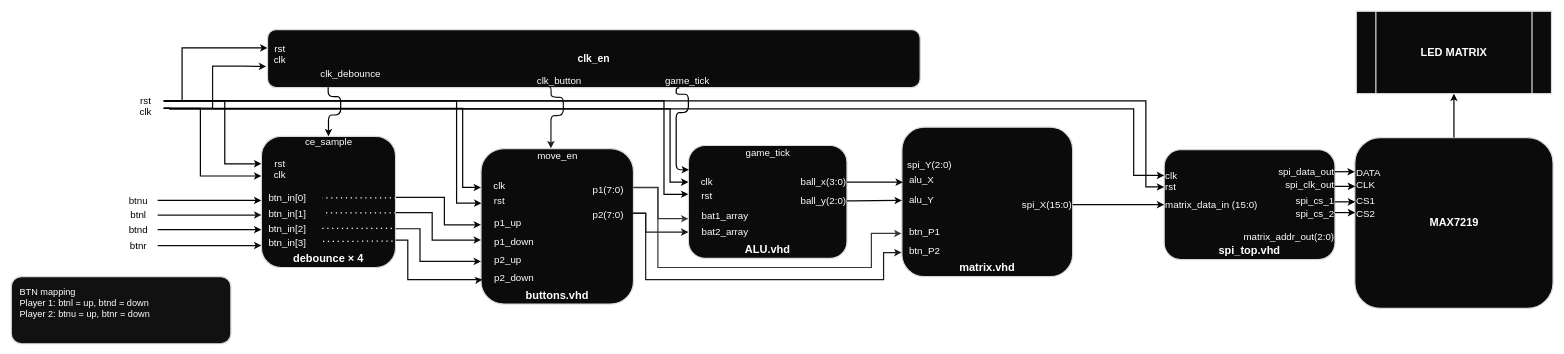
laurel124/DE1_Project keeps this draw.io diagram as ping_pong_diagram.drawio. Above is the earlier version. Source tidied: cells renumbered, new cells numbered last; positions are measured from the earlier drawing's top-left corner, leaving out a move shared by most shapes. Both pictures are drawn from the tidied source at 61%, with x=0, y=0 at pixel (11, 11).
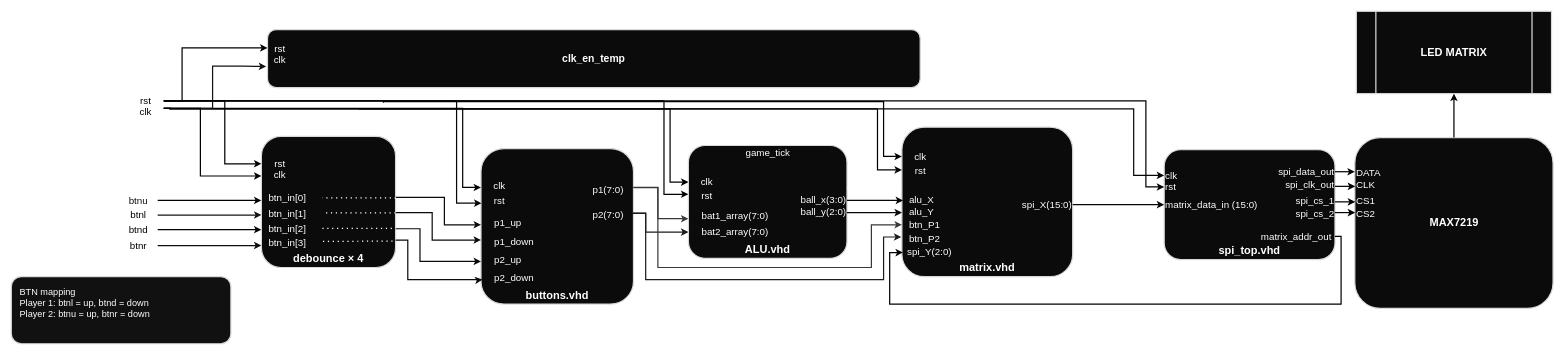
The same diagram, later.

The change refers to these unchanged cells:
```xml
<mxCell id="3" value="debounce × 4" style="rounded=1;whiteSpace=wrap;html=1;fillColor=#0b0b0b;strokeColor=#d9d9d9;strokeWidth=2;fontSize=18;fontStyle=1;align=center;verticalAlign=bottom;fontColor=#ffffff;" parent="1" vertex="1">
  <mxGeometry x="410" y="205" width="220" height="215" as="geometry" />
</mxCell>
<mxCell id="5" value="ALU.vhd" style="rounded=1;whiteSpace=wrap;html=1;fillColor=#0b0b0b;strokeColor=#d9d9d9;strokeWidth=2;fontSize=18;fontStyle=1;align=center;verticalAlign=bottom;fontColor=#ffffff;" parent="1" vertex="1">
  <mxGeometry x="1110" y="220" width="260" height="185" as="geometry" />
</mxCell>
<mxCell id="6" value="matrix.vhd" style="rounded=1;whiteSpace=wrap;html=1;fillColor=#0b0b0b;strokeColor=#d9d9d9;strokeWidth=2;fontSize=18;fontStyle=1;align=center;verticalAlign=bottom;fontColor=#ffffff;" parent="1" vertex="1">
  <mxGeometry x="1460" y="190" width="280" height="245" as="geometry" />
</mxCell>
```

The edit, as a diff of the source:
```diff
@@
-    <mxCell id="2" value="clk_en" style="rounded=1;whiteSpace=wrap;html=1;fillColor=#0b0b0b;strokeColor=#d9d9d9;strokeWidth=2;fontSize=17;fontStyle=1;align=center;verticalAlign=middle;fontColor=#ffffff;" parent="1" vertex="1">
+    <mxCell id="2" value="clk_en_temp" style="rounded=1;whiteSpace=wrap;html=1;fillColor=#0b0b0b;strokeColor=#d9d9d9;strokeWidth=2;fontSize=17;fontStyle=1;align=center;verticalAlign=middle;fontColor=#ffffff;" parent="1" vertex="1">
       <mxGeometry x="420" y="30" width="1070" height="95" as="geometry" />
     </mxCell>
@@
-    <mxCell id="21" value="ce_sample" style="text;html=1;strokeColor=none;fillColor=none;align=center;verticalAlign=middle;fontSize=16;fontColor=#ffffff;" parent="1" vertex="1">
-      <mxGeometry x="460" y="203" width="120" height="22" as="geometry" />
-    </mxCell>
-    <mxCell id="22" value="move_en" style="text;html=1;strokeColor=none;fillColor=none;align=center;verticalAlign=middle;fontSize=16;fontColor=#ffffff;" parent="1" vertex="1">
-      <mxGeometry x="840" y="225" width="110" height="22" as="geometry" />
-    </mxCell>
@@
-    <mxCell id="30" value="bat1_array" style="text;html=1;strokeColor=none;fillColor=none;align=left;verticalAlign=middle;fontSize=16;fontColor=#ffffff;" parent="1" vertex="1">
+    <mxCell id="30" value="bat1_array(7:0)" style="text;html=1;strokeColor=none;fillColor=none;align=left;verticalAlign=middle;fontSize=16;fontColor=#ffffff;" parent="1" vertex="1">
       <mxGeometry x="1130" y="324" width="105" height="22" as="geometry" />
     </mxCell>
-    <mxCell id="31" value="bat2_array" style="text;html=1;strokeColor=none;fillColor=none;align=left;verticalAlign=middle;fontSize=16;fontColor=#ffffff;" parent="1" vertex="1">
+    <mxCell id="31" value="bat2_array(7:0)" style="text;html=1;strokeColor=none;fillColor=none;align=left;verticalAlign=middle;fontSize=16;fontColor=#ffffff;" parent="1" vertex="1">
       <mxGeometry x="1130" y="350" width="105" height="22" as="geometry" />
     </mxCell>
     <mxCell id="32" value="ball_x(3:0)" style="text;html=1;strokeColor=none;fillColor=none;align=right;verticalAlign=middle;fontSize=16;fontColor=#ffffff;" parent="1" vertex="1">
-      <mxGeometry x="1280" y="268" width="90" height="22" as="geometry" />
+      <mxGeometry x="1280" y="298" width="90" height="22" as="geometry" />
     </mxCell>
     <mxCell id="33" value="ball_y(2:0)" style="text;html=1;strokeColor=none;fillColor=none;align=right;verticalAlign=middle;fontSize=16;fontColor=#ffffff;" parent="1" vertex="1">
-      <mxGeometry x="1280" y="299" width="90" height="22" as="geometry" />
+      <mxGeometry x="1280" y="317" width="90" height="22" as="geometry" />
     </mxCell>
     <mxCell id="34" value="btn_P1" style="text;html=1;strokeColor=none;fillColor=none;align=left;verticalAlign=middle;fontSize=16;fontColor=#ffffff;" parent="1" vertex="1">
-      <mxGeometry x="1470" y="350" width="85" height="22" as="geometry" />
+      <mxGeometry x="1470" y="339" width="85" height="22" as="geometry" />
     </mxCell>
     <mxCell id="35" value="btn_P2" style="text;html=1;strokeColor=none;fillColor=none;align=left;verticalAlign=middle;fontSize=16;fontColor=#ffffff;" parent="1" vertex="1">
-      <mxGeometry x="1470" y="382" width="85" height="22" as="geometry" />
+      <mxGeometry x="1470" y="361" width="85" height="22" as="geometry" />
     </mxCell>
     <mxCell id="36" value="alu_X" style="text;html=1;strokeColor=none;fillColor=none;align=left;verticalAlign=middle;fontSize=16;fontColor=#ffffff;" parent="1" vertex="1">
-      <mxGeometry x="1470" y="265" width="85" height="22" as="geometry" />
+      <mxGeometry x="1470" y="297" width="85" height="22" as="geometry" />
     </mxCell>
     <mxCell id="37" value="alu_Y" style="text;html=1;strokeColor=none;fillColor=none;align=left;verticalAlign=middle;fontSize=16;fontColor=#ffffff;" parent="1" vertex="1">
-      <mxGeometry x="1470" y="297" width="85" height="22" as="geometry" />
+      <mxGeometry x="1470" y="317" width="85" height="22" as="geometry" />
     </mxCell>
     <mxCell id="38" value="spi_Y(2:0)" style="text;html=1;strokeColor=none;fillColor=none;align=center;verticalAlign=middle;fontSize=16;fontColor=#ffffff;" parent="1" vertex="1">
-      <mxGeometry x="1450" y="240" width="110" height="22" as="geometry" />
+      <mxGeometry x="1450" y="383" width="110" height="22" as="geometry" />
     </mxCell>
@@
-    <mxCell id="56" style="edgeStyle=orthogonalEdgeStyle;rounded=1;jettySize=auto;html=1;strokeColor=#000000;strokeWidth=2;endArrow=classic;endFill=1;exitX=0.093;exitY=0.993;exitDx=0;exitDy=0;exitPerimeter=0;curved=0;" parent="1" edge="1" source="2" target="3">
-      <mxGeometry relative="1" as="geometry">
-        <Array as="points">
-          <mxPoint x="520" y="140" />
-          <mxPoint x="540" y="140" />
-          <mxPoint x="540" y="170" />
-          <mxPoint x="520" y="170" />
-        </Array>
-      </mxGeometry>
-    </mxCell>
@@
-    <mxCell id="64" value="clk_debounce" style="text;html=1;strokeColor=none;fillColor=none;align=left;verticalAlign=middle;fontSize=16;fontColor=#ffffff;" parent="1" vertex="1">
-      <mxGeometry x="505" y="92" width="90" height="22" as="geometry" />
-    </mxCell>
-    <mxCell id="65" value="clk_button" style="text;html=1;strokeColor=none;fillColor=none;align=left;verticalAlign=middle;fontSize=16;fontColor=#ffffff;" parent="1" vertex="1">
-      <mxGeometry x="860" y="103" width="90" height="22" as="geometry" />
-    </mxCell>
-    <mxCell id="66" value="game_tick" style="text;html=1;strokeColor=none;fillColor=none;align=left;verticalAlign=middle;fontSize=16;fontColor=#ffffff;" parent="1" vertex="1">
-      <mxGeometry x="1070" y="103" width="90" height="22" as="geometry" />
-    </mxCell>
-    <mxCell id="67" style="edgeStyle=orthogonalEdgeStyle;rounded=1;jettySize=auto;html=1;strokeColor=#1B1B1B;strokeWidth=2;endArrow=classic;endFill=1;exitX=0.25;exitY=1;exitDx=0;exitDy=0;curved=0;entryX=0.406;entryY=-0.021;entryDx=0;entryDy=0;entryPerimeter=0;" parent="1" edge="1" source="65" target="22">
-      <mxGeometry relative="1" as="geometry">
-        <Array as="points">
-          <mxPoint x="885" y="125" />
-          <mxPoint x="885" y="141" />
-          <mxPoint x="905" y="141" />
-          <mxPoint x="905" y="171" />
-          <mxPoint x="885" y="171" />
-        </Array>
-      </mxGeometry>
-    </mxCell>
-    <mxCell id="68" style="edgeStyle=orthogonalEdgeStyle;rounded=1;jettySize=auto;html=1;strokeColor=#000000;strokeWidth=2;endArrow=classic;endFill=1;curved=0;entryX=0.004;entryY=0.215;entryDx=0;entryDy=0;entryPerimeter=0;exitX=0.279;exitY=1.031;exitDx=0;exitDy=0;exitPerimeter=0;" parent="1" edge="1" source="66" target="5">
-      <mxGeometry relative="1" as="geometry">
-        <Array as="points">
-          <mxPoint x="1090" y="126" />
-          <mxPoint x="1090" y="136" />
-          <mxPoint x="1110" y="136" />
-          <mxPoint x="1110" y="166" />
-          <mxPoint x="1090" y="166" />
-          <mxPoint x="1090" y="260" />
-        </Array>
-      </mxGeometry>
-    </mxCell>
@@
-    <mxCell id="92" style="edgeStyle=orthogonalEdgeStyle;rounded=0;jettySize=auto;html=1;strokeColor=#393939;strokeWidth=2;endArrow=classic;endFill=1;exitX=1;exitY=0.25;exitDx=0;exitDy=0;entryX=-0.002;entryY=0.711;entryDx=0;entryDy=0;entryPerimeter=0;" parent="1" edge="1" target="6">
+    <mxCell id="92" style="edgeStyle=orthogonalEdgeStyle;rounded=0;orthogonalLoop=1;jettySize=auto;html=1;strokeColor=#393939;strokeWidth=2;endArrow=classic;endFill=1;exitX=1;exitY=0.25;exitDx=0;exitDy=0;" parent="1" edge="1">
       <mxGeometry relative="1" as="geometry">
         <mxPoint x="1020" y="289" as="sourcePoint" />
+        <mxPoint x="1460" y="350" as="targetPoint" />
         <Array as="points">
           <mxPoint x="1060" y="289" />
           <mxPoint x="1060" y="420" />
           <mxPoint x="1410" y="420" />
-          <mxPoint x="1410" y="364" />
+          <mxPoint x="1410" y="350" />
+          <mxPoint x="1459" y="350" />
         </Array>
       </mxGeometry>
     </mxCell>
-    <mxCell id="93" style="edgeStyle=orthogonalEdgeStyle;rounded=0;jettySize=auto;html=1;strokeColor=#1B1B1B;strokeWidth=2;endArrow=classic;endFill=1;exitX=0.991;exitY=0.417;exitDx=0;exitDy=0;exitPerimeter=0;entryX=-0.002;entryY=0.839;entryDx=0;entryDy=0;entryPerimeter=0;" parent="1" edge="1" target="6">
+    <mxCell id="93" style="edgeStyle=orthogonalEdgeStyle;rounded=0;orthogonalLoop=1;jettySize=auto;html=1;strokeColor=#1B1B1B;strokeWidth=2;endArrow=classic;endFill=1;exitX=0.991;exitY=0.417;exitDx=0;exitDy=0;exitPerimeter=0;" parent="1" edge="1">
       <mxGeometry relative="1" as="geometry">
         <mxPoint x="1018" y="331" as="sourcePoint" />
+        <mxPoint x="1459" y="370" as="targetPoint" />
         <Array as="points">
           <mxPoint x="1040" y="331" />
           <mxPoint x="1040" y="440" />
           <mxPoint x="1430" y="440" />
-          <mxPoint x="1430" y="396" />
+          <mxPoint x="1430" y="370" />
+          <mxPoint x="1459" y="370" />
         </Array>
       </mxGeometry>
     </mxCell>
-    <mxCell id="94" style="edgeStyle=orthogonalEdgeStyle;rounded=0;jettySize=auto;html=1;strokeColor=#070707;strokeWidth=2;endArrow=classic;endFill=1;entryX=0.006;entryY=0.368;entryDx=0;entryDy=0;entryPerimeter=0;" parent="1" edge="1" target="6">
+    <mxCell id="94" style="edgeStyle=orthogonalEdgeStyle;rounded=0;orthogonalLoop=1;jettySize=auto;html=1;strokeColor=#070707;strokeWidth=2;endArrow=classic;endFill=1;" parent="1" edge="1">
       <mxGeometry relative="1" as="geometry">
-        <mxPoint x="1370" y="280" as="sourcePoint" />
+        <mxPoint x="1370" y="310" as="sourcePoint" />
+        <mxPoint x="1462" y="310" as="targetPoint" />
         <Array as="points">
-          <mxPoint x="1370" y="280" />
+          <mxPoint x="1370" y="310" />
+          <mxPoint x="1462" y="310" />
         </Array>
       </mxGeometry>
     </mxCell>
-    <mxCell id="95" style="edgeStyle=orthogonalEdgeStyle;rounded=0;jettySize=auto;html=1;strokeColor=#070707;strokeWidth=2;endArrow=classic;endFill=1;entryX=0;entryY=0.49;entryDx=0;entryDy=0;entryPerimeter=0;" parent="1" edge="1" target="6">
+    <mxCell id="95" style="edgeStyle=orthogonalEdgeStyle;rounded=0;orthogonalLoop=1;jettySize=auto;html=1;strokeColor=#070707;strokeWidth=2;endArrow=classic;endFill=1;" parent="1" edge="1">
       <mxGeometry relative="1" as="geometry">
-        <mxPoint x="1370" y="310.8" as="sourcePoint" />
+        <mxPoint x="1370" y="330" as="sourcePoint" />
+        <mxPoint x="1460" y="330" as="targetPoint" />
         <Array as="points">
-          <mxPoint x="1380" y="311" />
+          <mxPoint x="1370" y="330" />
+          <mxPoint x="1460" y="330" />
         </Array>
       </mxGeometry>
     </mxCell>
@@
-    <mxCell id="100" value="matrix_addr_out(2:0)" style="text;html=1;strokeColor=none;fillColor=none;align=right;verticalAlign=middle;fontSize=16;fontColor=#ffffff;" parent="1" vertex="1">
+    <mxCell id="100" value="matrix_addr_out&amp;nbsp;" style="text;html=1;strokeColor=none;fillColor=none;align=right;verticalAlign=middle;fontSize=16;fontColor=#ffffff;" parent="1" vertex="1">
       <mxGeometry x="2095" y="358" width="75" height="22" as="geometry" />
     </mxCell>
+    <mxCell id="101" value="clk" style="text;html=1;strokeColor=none;fillColor=none;align=center;verticalAlign=middle;fontSize=16;fontColor=#ffffff;" parent="1" vertex="1">
+      <mxGeometry x="1460" y="228" width="60" height="22" as="geometry" />
+    </mxCell>
+    <mxCell id="102" value="rst" style="text;html=1;strokeColor=none;fillColor=none;align=center;verticalAlign=middle;fontSize=16;fontColor=#ffffff;" parent="1" vertex="1">
+      <mxGeometry x="1460" y="250" width="60" height="24" as="geometry" />
+    </mxCell>
+    <mxCell id="103" style="edgeStyle=orthogonalEdgeStyle;rounded=0;orthogonalLoop=1;jettySize=auto;html=1;strokeColor=#000000;strokeWidth=2;endArrow=classic;endFill=1;" parent="1" edge="1">
+      <mxGeometry relative="1" as="geometry">
+        <mxPoint x="570" y="160" as="sourcePoint" />
+        <mxPoint x="1460" y="260" as="targetPoint" />
+        <Array as="points">
+          <mxPoint x="600" y="160" />
+          <mxPoint x="1420" y="160" />
+          <mxPoint x="1420" y="260" />
+        </Array>
+      </mxGeometry>
+    </mxCell>
+    <mxCell id="104" style="edgeStyle=orthogonalEdgeStyle;rounded=0;orthogonalLoop=1;jettySize=auto;html=1;strokeColor=#000000;strokeWidth=2;endArrow=classic;endFill=1;" parent="1" edge="1">
+      <mxGeometry relative="1" as="geometry">
+        <mxPoint x="610" y="150" as="sourcePoint" />
+        <mxPoint x="1460" y="238" as="targetPoint" />
+        <Array as="points">
+          <mxPoint x="610" y="150" />
+          <mxPoint x="610" y="148" />
+          <mxPoint x="1430" y="148" />
+          <mxPoint x="1430" y="238" />
+        </Array>
+      </mxGeometry>
+    </mxCell>
+    <mxCell id="105" style="edgeStyle=orthogonalEdgeStyle;rounded=0;jettySize=auto;html=1;strokeColor=#000000;strokeWidth=2;endArrow=classic;endFill=1;exitX=1;exitY=0.5;exitDx=0;exitDy=0;entryX=0.006;entryY=0.839;entryDx=0;entryDy=0;entryPerimeter=0;" parent="1" edge="1" source="100" target="6">
+      <mxGeometry relative="1" as="geometry">
+        <Array as="points">
+          <mxPoint x="2180" y="369" />
+          <mxPoint x="2180" y="480" />
+          <mxPoint x="1440" y="480" />
+          <mxPoint x="1440" y="396" />
+        </Array>
+      </mxGeometry>
+    </mxCell>
```
